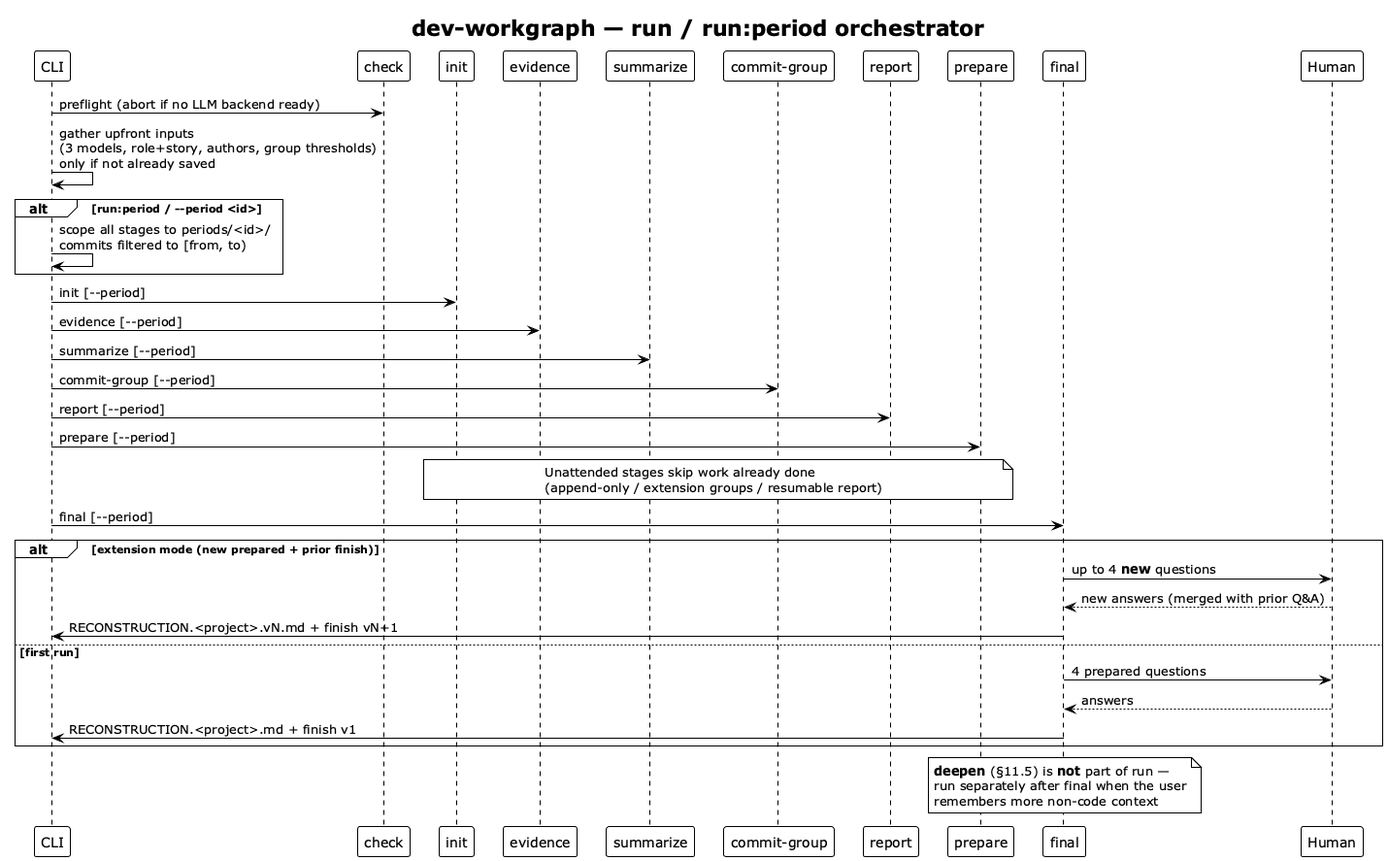
Earlier version of the PlantUML export img/dev-workgraph-run-orchestrator.png (vzakharchenko/dev-workgraph).
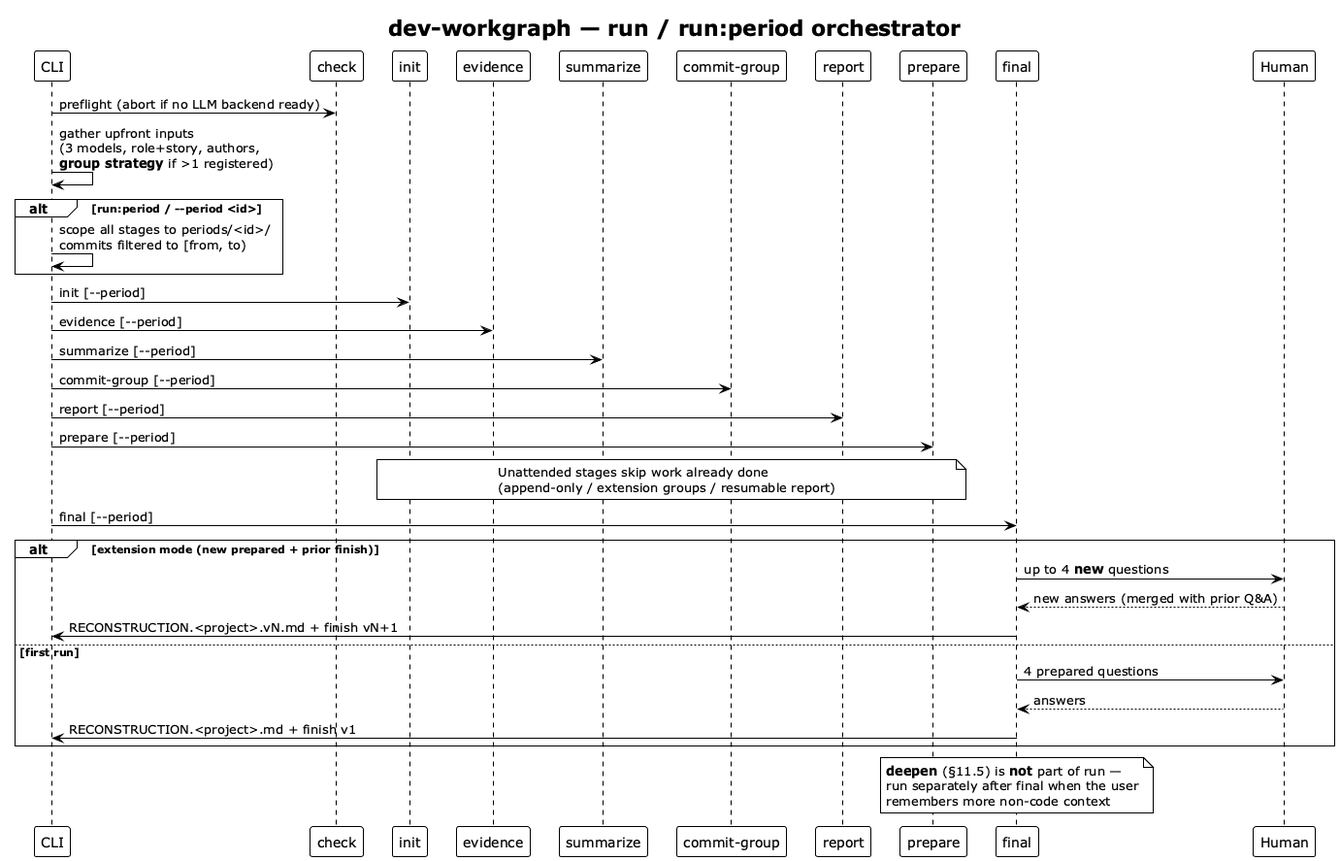
Later version of the same file.

Diff of the diagram source:
```diff
@@ -16,7 +16,7 @@
 participant "Human" as H
 
 CLI -> CHECK : preflight (abort if no LLM backend ready)
-CLI -> CLI : gather upfront inputs\n(3 models, role+story, authors, group thresholds)\nonly if not already saved
+CLI -> CLI : gather upfront inputs\n(3 models, role+story, authors,\n**group strategy** if >1 registered)
 
 alt run:period / --period <id>
   CLI -> CLI : scope all stages to periods/<id>/\ncommits filtered to [from, to)
```
